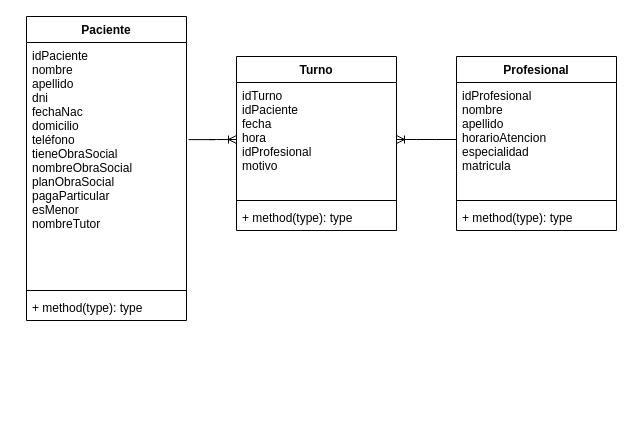
The draw.io diagram modeloDeClases-Soledad-Repezza.drawio in msrepezza/gestion-turnos-clinica-odontologica, before the edit. Source tidied: cells renumbered, new cells numbered last; positions are measured from the earlier drawing's top-left corner, leaving out a move shared by most shapes. Both pictures are drawn from the tidied source at 100%, with x=0, y=0 at pixel (26, 16).
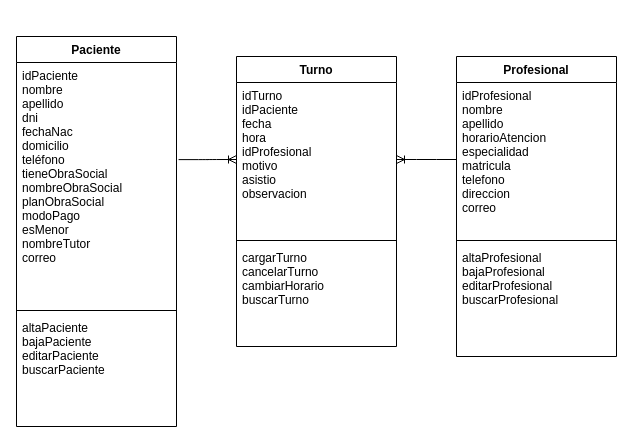
The same diagram, later.

What changed in the source:
```diff
@@
 <mxGraphModel>
   <root>
     <mxCell id="0" />
     <mxCell id="1" parent="0" />
     <mxCell id="2" style="edgeStyle=entityRelationEdgeStyle;fontSize=12;html=1;endArrow=ERoneToMany;exitX=1.013;exitY=0.398;exitDx=0;exitDy=0;exitPerimeter=0;" parent="1" edge="1" source="5" target="9">
       <mxGeometry relative="1" as="geometry" />
     </mxCell>
     <mxCell id="3" style="edgeStyle=entityRelationEdgeStyle;fontSize=12;html=1;endArrow=ERoneToMany;" parent="1" edge="1" source="13" target="9">
       <mxGeometry relative="1" as="geometry" />
     </mxCell>
     <mxCell id="4" value="Paciente" style="swimlane;fontStyle=1;align=center;verticalAlign=top;horizontal=1;startSize=26;" parent="1" vertex="1">
-      <mxGeometry width="160" height="304" as="geometry" />
+      <mxGeometry x="-10" y="20" width="160" height="390" as="geometry" />
     </mxCell>
-    <mxCell id="5" value="idPaciente&#10;nombre&#10;apellido&#10;dni&#10;fechaNac&#10;domicilio&#10;teléfono&#10;tieneObraSocial&#10;nombreObraSocial&#10;planObraSocial&#10;pagaParticular&#10;esMenor&#10;nombreTutor&#10;" style="text;strokeColor=none;fillColor=none;align=left;verticalAlign=top;spacingLeft=4;spacingRight=4;overflow=hidden;points=[[0,0.5],[1,0.5]];portConstraint=eastwest;" parent="4" vertex="1">
+    <mxCell id="5" value="idPaciente&#10;nombre&#10;apellido&#10;dni&#10;fechaNac&#10;domicilio&#10;teléfono&#10;tieneObraSocial&#10;nombreObraSocial&#10;planObraSocial&#10;modoPago&#10;esMenor&#10;nombreTutor&#10;correo&#10;&#10;" style="text;strokeColor=none;fillColor=none;align=left;verticalAlign=top;spacingLeft=4;spacingRight=4;overflow=hidden;points=[[0,0.5],[1,0.5]];portConstraint=eastwest;" parent="4" vertex="1">
       <mxGeometry y="26" width="160" height="244" as="geometry" />
     </mxCell>
     <mxCell id="6" style="line;strokeWidth=1;fillColor=none;align=left;verticalAlign=middle;spacingTop=-1;spacingLeft=3;spacingRight=3;labelPosition=right;" parent="4" vertex="1">
       <mxGeometry y="270" width="160" height="8" as="geometry" />
     </mxCell>
-    <mxCell id="7" value="+ method(type): type" style="text;strokeColor=none;fillColor=none;align=left;verticalAlign=top;spacingLeft=4;spacingRight=4;overflow=hidden;" parent="4" vertex="1">
-      <mxGeometry y="278" width="160" height="26" as="geometry" />
+    <mxCell id="7" value="altaPaciente&#10;bajaPaciente&#10;editarPaciente&#10;buscarPaciente&#10;&#10;" style="text;strokeColor=none;fillColor=none;align=left;verticalAlign=top;spacingLeft=4;spacingRight=4;overflow=hidden;" parent="4" vertex="1">
+      <mxGeometry y="278" width="160" height="112" as="geometry" />
     </mxCell>
     <mxCell id="8" value="Turno" style="swimlane;fontStyle=1;align=center;verticalAlign=top;horizontal=1;startSize=26;" parent="1" vertex="1">
-      <mxGeometry x="210" y="40" width="160" height="174" as="geometry" />
+      <mxGeometry x="210" y="40" width="160" height="290" as="geometry" />
     </mxCell>
-    <mxCell id="9" value="idTurno&#10;idPaciente&#10;fecha&#10;hora&#10;idProfesional&#10;motivo" style="text;strokeColor=none;fillColor=none;align=left;verticalAlign=top;spacingLeft=4;spacingRight=4;overflow=hidden;points=[[0,0.5],[1,0.5]];portConstraint=eastwest;" parent="8" vertex="1">
-      <mxGeometry y="26" width="160" height="114" as="geometry" />
+    <mxCell id="9" value="idTurno&#10;idPaciente&#10;fecha&#10;hora&#10;idProfesional&#10;motivo&#10;asistio&#10;observacion&#10;" style="text;strokeColor=none;fillColor=none;align=left;verticalAlign=top;spacingLeft=4;spacingRight=4;overflow=hidden;points=[[0,0.5],[1,0.5]];portConstraint=eastwest;" parent="8" vertex="1">
+      <mxGeometry y="26" width="160" height="154" as="geometry" />
     </mxCell>
     <mxCell id="10" style="line;strokeWidth=1;fillColor=none;align=left;verticalAlign=middle;spacingTop=-1;spacingLeft=3;spacingRight=3;labelPosition=right;" parent="8" vertex="1">
-      <mxGeometry y="140" width="160" height="8" as="geometry" />
+      <mxGeometry y="180" width="160" height="8" as="geometry" />
     </mxCell>
-    <mxCell id="11" value="+ method(type): type" style="text;strokeColor=none;fillColor=none;align=left;verticalAlign=top;spacingLeft=4;spacingRight=4;overflow=hidden;" parent="8" vertex="1">
-      <mxGeometry y="148" width="160" height="26" as="geometry" />
+    <mxCell id="11" value="cargarTurno&#10;cancelarTurno&#10;cambiarHorario&#10;buscarTurno&#10;&#10;" style="text;strokeColor=none;fillColor=none;align=left;verticalAlign=top;spacingLeft=4;spacingRight=4;overflow=hidden;" parent="8" vertex="1">
+      <mxGeometry y="188" width="160" height="102" as="geometry" />
     </mxCell>
     <mxCell id="12" value="Profesional" style="swimlane;fontStyle=1;align=center;verticalAlign=top;horizontal=1;startSize=26;" parent="1" vertex="1">
-      <mxGeometry x="430" y="40" width="160" height="174" as="geometry" />
+      <mxGeometry x="430" y="40" width="160" height="300" as="geometry" />
     </mxCell>
-    <mxCell id="13" value="idProfesional&#10;nombre&#10;apellido&#10;horarioAtencion&#10;especialidad&#10;matricula" style="text;strokeColor=none;fillColor=none;align=left;verticalAlign=top;spacingLeft=4;spacingRight=4;overflow=hidden;points=[[0,0.5],[1,0.5]];portConstraint=eastwest;" parent="12" vertex="1">
-      <mxGeometry y="26" width="160" height="114" as="geometry" />
+    <mxCell id="13" value="idProfesional&#10;nombre&#10;apellido&#10;horarioAtencion&#10;especialidad&#10;matricula&#10;telefono&#10;direccion&#10;correo&#10;&#10;" style="text;strokeColor=none;fillColor=none;align=left;verticalAlign=top;spacingLeft=4;spacingRight=4;overflow=hidden;points=[[0,0.5],[1,0.5]];portConstraint=eastwest;" parent="12" vertex="1">
+      <mxGeometry y="26" width="160" height="154" as="geometry" />
     </mxCell>
     <mxCell id="14" style="line;strokeWidth=1;fillColor=none;align=left;verticalAlign=middle;spacingTop=-1;spacingLeft=3;spacingRight=3;labelPosition=right;" parent="12" vertex="1">
-      <mxGeometry y="140" width="160" height="8" as="geometry" />
+      <mxGeometry y="180" width="160" height="8" as="geometry" />
     </mxCell>
-    <mxCell id="15" value="+ method(type): type" style="text;strokeColor=none;fillColor=none;align=left;verticalAlign=top;spacingLeft=4;spacingRight=4;overflow=hidden;" parent="12" vertex="1">
-      <mxGeometry y="148" width="160" height="26" as="geometry" />
+    <mxCell id="15" value="altaProfesional&#10;bajaProfesional&#10;editarProfesional&#10;buscarProfesional&#10;" style="text;strokeColor=none;fillColor=none;align=left;verticalAlign=top;spacingLeft=4;spacingRight=4;overflow=hidden;" parent="12" vertex="1">
+      <mxGeometry y="188" width="160" height="112" as="geometry" />
     </mxCell>
   </root>
 </mxGraphModel>
```
